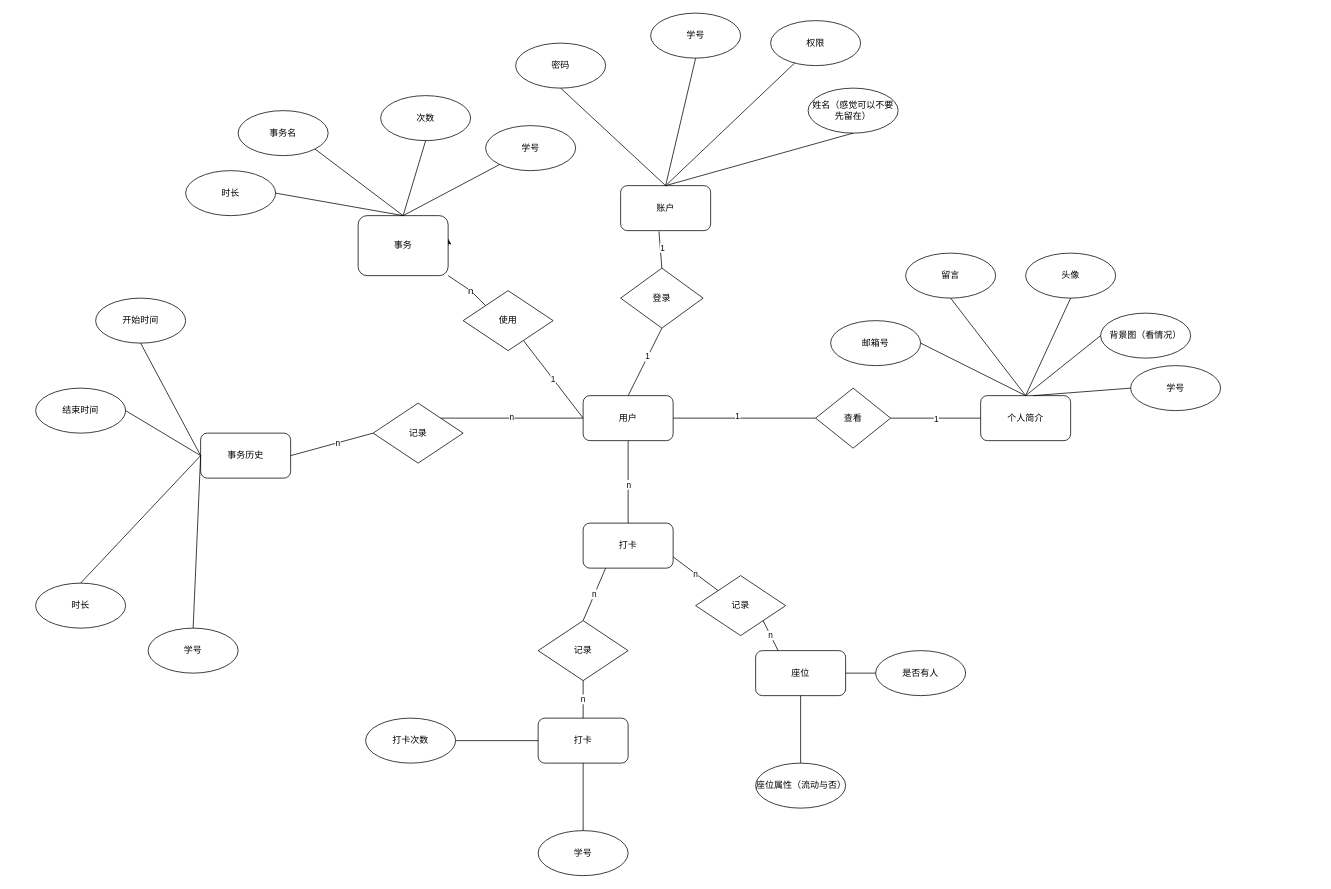
This is 数据设计图.drawio from woshilaixuex/Tomatoos, a draw.io file, before an edit. Source tidied: cells renumbered, new cells numbered last; positions are measured from the earlier drawing's top-left corner, leaving out a move shared by most shapes. Both pictures are drawn from the tidied source at 75%, with x=0, y=0 at pixel (35, 13).
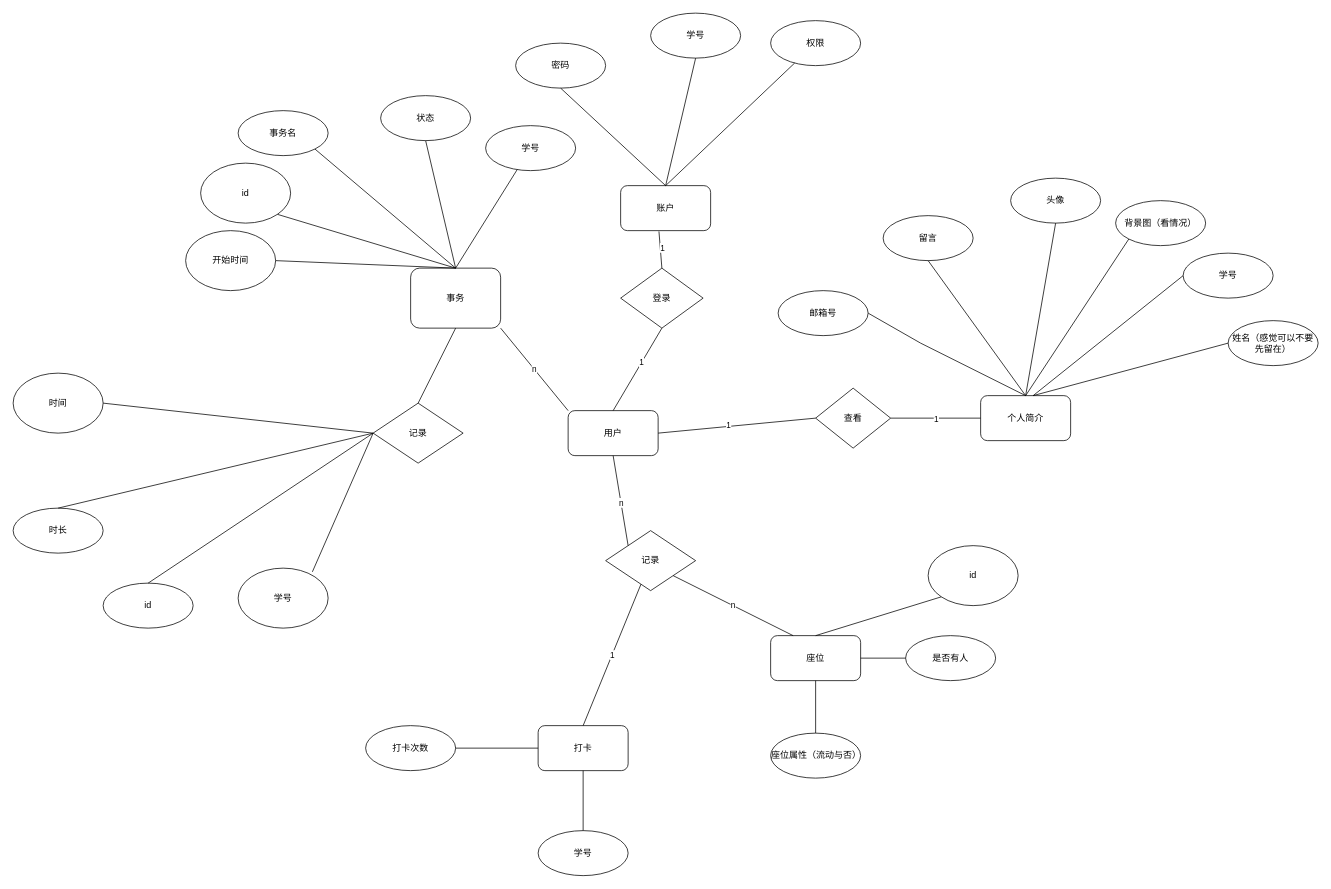
The same page after the edit.

Commit message:
更新数据设计图.drawio

Unchanged cells that the change refers to:
```xml
<mxCell id="2" value="账户" style="whiteSpace=wrap;html=1;rounded=1;" parent="1" vertex="1">
  <mxGeometry x="780" y="230" width="120" height="60" as="geometry" />
</mxCell>
<mxCell id="3" value="个人简介" style="whiteSpace=wrap;html=1;rounded=1;" parent="1" vertex="1">
  <mxGeometry x="1260" y="510" width="120" height="60" as="geometry" />
</mxCell>
<mxCell id="52" value="记录" style="rhombus;whiteSpace=wrap;html=1;" parent="1" vertex="1">
  <mxGeometry x="450" y="520" width="120" height="80" as="geometry" />
</mxCell>
```

Diff of the diagram source:
```diff
@@
     <mxCell id="4" value="座位" style="whiteSpace=wrap;html=1;rounded=1;" parent="1" vertex="1">
-      <mxGeometry x="960" y="850" width="120" height="60" as="geometry" />
+      <mxGeometry x="980" y="830" width="120" height="60" as="geometry" />
     </mxCell>
     <mxCell id="5" value="打卡" style="whiteSpace=wrap;html=1;rounded=1;" parent="1" vertex="1">
-      <mxGeometry x="670" y="940" width="120" height="60" as="geometry" />
+      <mxGeometry x="670" y="950" width="120" height="60" as="geometry" />
     </mxCell>
-    <mxCell id="6" value="事务历史" style="rounded=1;whiteSpace=wrap;html=1;" parent="1" vertex="1">
-      <mxGeometry x="220" y="560" width="120" height="60" as="geometry" />
-    </mxCell>
@@
     <mxCell id="10" value="姓名（感觉可以不要先留在）" style="rounded=1;whiteSpace=wrap;html=1;shape=ellipse;perimeter=ellipsePerimeter;" parent="1" vertex="1">
-      <mxGeometry x="1030" y="100" width="120" height="60" as="geometry" />
+      <mxGeometry x="1590" y="410" width="120" height="60" as="geometry" />
     </mxCell>
@@
-    <mxCell id="12" style="endArrow=none;html=1;rounded=0;entryX=0.5;entryY=1;entryDx=0;entryDy=0;exitX=0.5;exitY=0;exitDx=0;exitDy=0;" parent="1" edge="1" source="2" target="10">
-      <mxGeometry relative="1" as="geometry" />
+    <mxCell id="12" style="endArrow=none;html=1;rounded=0;entryX=0;entryY=0.5;entryDx=0;entryDy=0;" parent="1" edge="1" target="10">
+      <mxGeometry relative="1" as="geometry">
+        <mxPoint x="1330" y="510" as="sourcePoint" />
+      </mxGeometry>
     </mxCell>
@@
     <mxCell id="15" value="留言" style="rounded=1;whiteSpace=wrap;html=1;shape=ellipse;perimeter=ellipsePerimeter;" parent="1" vertex="1">
-      <mxGeometry x="1160" y="320" width="120" height="60" as="geometry" />
+      <mxGeometry x="1130" y="270" width="120" height="60" as="geometry" />
     </mxCell>
     <mxCell id="16" value="头像" style="rounded=1;whiteSpace=wrap;html=1;shape=ellipse;perimeter=ellipsePerimeter;" parent="1" vertex="1">
-      <mxGeometry x="1320" y="320" width="120" height="60" as="geometry" />
+      <mxGeometry x="1300" y="220" width="120" height="60" as="geometry" />
     </mxCell>
     <mxCell id="17" value="背景图（看情况）" style="rounded=1;whiteSpace=wrap;html=1;shape=ellipse;perimeter=ellipsePerimeter;" parent="1" vertex="1">
-      <mxGeometry x="1420" y="400" width="120" height="60" as="geometry" />
+      <mxGeometry x="1440" y="250" width="120" height="60" as="geometry" />
     </mxCell>
@@
-    <mxCell id="20" style="endArrow=none;html=1;rounded=0;entryX=0;entryY=0.5;entryDx=0;entryDy=0;exitX=0.5;exitY=0;exitDx=0;exitDy=0;" parent="1" edge="1" source="3" target="17">
+    <mxCell id="20" style="endArrow=none;html=1;rounded=0;entryX=0;entryY=1;entryDx=0;entryDy=0;exitX=0.5;exitY=0;exitDx=0;exitDy=0;" parent="1" edge="1" source="3" target="17">
       <mxGeometry relative="1" as="geometry" />
     </mxCell>
@@
     <mxCell id="22" value="邮箱号" style="rounded=1;whiteSpace=wrap;html=1;shape=ellipse;perimeter=ellipsePerimeter;" parent="1" vertex="1">
-      <mxGeometry x="1060" y="410" width="120" height="60" as="geometry" />
+      <mxGeometry x="990" y="370" width="120" height="60" as="geometry" />
     </mxCell>
@@
     <mxCell id="25" value="打卡次数" style="rounded=1;whiteSpace=wrap;html=1;shape=ellipse;perimeter=ellipsePerimeter;" parent="1" vertex="1">
-      <mxGeometry x="440" y="940" width="120" height="60" as="geometry" />
+      <mxGeometry x="440" y="950" width="120" height="60" as="geometry" />
     </mxCell>
     <mxCell id="26" value="座位属性（流动与否）" style="rounded=1;whiteSpace=wrap;html=1;shape=ellipse;perimeter=ellipsePerimeter;" parent="1" vertex="1">
-      <mxGeometry x="960" y="1000" width="120" height="60" as="geometry" />
+      <mxGeometry x="980" y="960" width="120" height="60" as="geometry" />
     </mxCell>
@@
     <mxCell id="28" value="是否有人" style="rounded=1;whiteSpace=wrap;html=1;shape=ellipse;perimeter=ellipsePerimeter;" parent="1" vertex="1">
-      <mxGeometry x="1120" y="850" width="120" height="60" as="geometry" />
+      <mxGeometry x="1160" y="830" width="120" height="60" as="geometry" />
     </mxCell>
@@
-    <mxCell id="30" value="时长" style="rounded=0;whiteSpace=wrap;html=1;shape=ellipse;perimeter=ellipsePerimeter;" parent="1" vertex="1">
-      <mxGeometry x="200" y="210" width="120" height="60" as="geometry" />
-    </mxCell>
-    <mxCell id="31" value="次数" style="rounded=1;whiteSpace=wrap;html=1;shape=ellipse;perimeter=ellipsePerimeter;" parent="1" vertex="1">
+    <mxCell id="31" value="状态" style="rounded=1;whiteSpace=wrap;html=1;shape=ellipse;perimeter=ellipsePerimeter;" parent="1" vertex="1">
       <mxGeometry x="460" y="110" width="120" height="60" as="geometry" />
     </mxCell>
-    <mxCell id="32" value="开始时间" style="rounded=1;whiteSpace=wrap;html=1;shape=ellipse;perimeter=ellipsePerimeter;" parent="1" vertex="1">
-      <mxGeometry x="80" y="380" width="120" height="60" as="geometry" />
-    </mxCell>
-    <mxCell id="33" style="endArrow=none;html=1;rounded=0;entryX=0.5;entryY=1;entryDx=0;entryDy=0;exitX=0;exitY=0.5;exitDx=0;exitDy=0;" parent="1" edge="1" source="6" target="32">
-      <mxGeometry relative="1" as="geometry" />
-    </mxCell>
     <mxCell id="34" value="时长" style="rounded=1;whiteSpace=wrap;html=1;shape=ellipse;perimeter=ellipsePerimeter;" parent="1" vertex="1">
-      <mxGeometry y="760" width="120" height="60" as="geometry" />
+      <mxGeometry x="-30" y="660" width="120" height="60" as="geometry" />
     </mxCell>
-    <mxCell id="35" style="endArrow=none;html=1;rounded=0;entryX=0;entryY=0.5;entryDx=0;entryDy=0;exitX=0.5;exitY=0;exitDx=0;exitDy=0;" parent="1" edge="1" source="34" target="6">
-      <mxGeometry relative="1" as="geometry" />
+    <mxCell id="35" style="endArrow=none;html=1;rounded=0;exitX=0.5;exitY=0;exitDx=0;exitDy=0;" parent="1" edge="1" source="34">
+      <mxGeometry relative="1" as="geometry">
+        <mxPoint x="450" y="560" as="targetPoint" />
+      </mxGeometry>
     </mxCell>
-    <mxCell id="36" value="学号&lt;br&gt;" style="rounded=1;whiteSpace=wrap;html=1;shape=ellipse;perimeter=ellipsePerimeter;" parent="1" vertex="1">
-      <mxGeometry x="150" y="820" width="120" height="60" as="geometry" />
+    <mxCell id="36" value="id" style="rounded=1;whiteSpace=wrap;html=1;shape=ellipse;perimeter=ellipsePerimeter;" parent="1" vertex="1">
+      <mxGeometry x="90" y="760" width="120" height="60" as="geometry" />
     </mxCell>
-    <mxCell id="37" style="endArrow=none;html=1;rounded=0;entryX=0;entryY=0.5;entryDx=0;entryDy=0;exitX=0.5;exitY=0;exitDx=0;exitDy=0;" parent="1" edge="1" source="36" target="6">
+    <mxCell id="37" style="endArrow=none;html=1;rounded=0;entryX=0;entryY=0.5;entryDx=0;entryDy=0;exitX=0.5;exitY=0;exitDx=0;exitDy=0;" parent="1" edge="1" source="36" target="52">
       <mxGeometry relative="1" as="geometry" />
     </mxCell>
@@
     <mxCell id="41" value="学号" style="rounded=1;whiteSpace=wrap;html=1;shape=ellipse;perimeter=ellipsePerimeter;" parent="1" vertex="1">
-      <mxGeometry x="1460" y="470" width="120" height="60" as="geometry" />
+      <mxGeometry x="1530" y="320" width="120" height="60" as="geometry" />
     </mxCell>
@@
-    <mxCell id="43" value="结束时间" style="rounded=1;whiteSpace=wrap;html=1;shape=ellipse;perimeter=ellipsePerimeter;" parent="1" vertex="1">
-      <mxGeometry y="500" width="120" height="60" as="geometry" />
-    </mxCell>
-    <mxCell id="44" style="endArrow=none;html=1;rounded=0;entryX=1;entryY=0.5;entryDx=0;entryDy=0;exitX=0;exitY=0.5;exitDx=0;exitDy=0;" parent="1" edge="1" source="6" target="43">
-      <mxGeometry relative="1" as="geometry" />
-    </mxCell>
-    <mxCell id="45" style="edgeStyle=orthogonalEdgeStyle;rounded=0;jettySize=auto;html=1;exitX=1;exitY=0.5;exitDx=0;exitDy=0;" parent="1" edge="1" source="46">
-      <mxGeometry relative="1" as="geometry">
-        <mxPoint x="549.7" y="300" as="targetPoint" />
-      </mxGeometry>
-    </mxCell>
     <mxCell id="46" value="事务" style="whiteSpace=wrap;html=1;rounded=1;" parent="1" vertex="1">
-      <mxGeometry x="430" y="270" width="120" height="80" as="geometry" />
+      <mxGeometry x="500" y="340" width="120" height="80" as="geometry" />
     </mxCell>
-    <mxCell id="47" value="n" style="endArrow=none;html=1;rounded=0;entryX=1;entryY=1;entryDx=0;entryDy=0;exitX=0;exitY=0;exitDx=0;exitDy=0;fontSize=13;" parent="1" edge="1" source="58" target="46">
-      <mxGeometry x="-0.12" relative="1" as="geometry">
-        <Array as="points">
-          <mxPoint x="580" y="370" />
-        </Array>
-      </mxGeometry>
-    </mxCell>
@@
-    <mxCell id="51" style="endArrow=none;html=1;rounded=0;entryX=1;entryY=0.5;entryDx=0;entryDy=0;exitX=0.5;exitY=0;exitDx=0;exitDy=0;" parent="1" edge="1" source="46" target="30">
-      <mxGeometry relative="1" as="geometry" />
-    </mxCell>
@@
-    <mxCell id="53" style="endArrow=none;html=1;rounded=0;exitX=1;exitY=0;exitDx=0;exitDy=0;entryX=0;entryY=0.5;entryDx=0;entryDy=0;" parent="1" edge="1" source="52" target="60">
-      <mxGeometry relative="1" as="geometry" />
-    </mxCell>
-    <mxCell id="54" value="n" style="edgeLabel;html=1;align=center;verticalAlign=middle;" parent="53" vertex="1">
-      <mxGeometry x="-0.01" y="2" relative="1" as="geometry" />
-    </mxCell>
-    <mxCell id="55" style="endArrow=none;html=1;rounded=0;entryX=0;entryY=0.5;entryDx=0;entryDy=0;exitX=1;exitY=0.5;exitDx=0;exitDy=0;" parent="1" edge="1" source="6" target="52">
-      <mxGeometry relative="1" as="geometry" />
-    </mxCell>
-    <mxCell id="56" value="n" style="edgeLabel;html=1;align=center;verticalAlign=middle;" parent="55" vertex="1">
-      <mxGeometry x="0.14" y="-1" relative="1" as="geometry" />
-    </mxCell>
-    <mxCell id="57" value="1" style="endArrow=none;html=1;rounded=0;exitX=0;exitY=0.5;exitDx=0;exitDy=0;" parent="1" edge="1" source="60" target="58">
-      <mxGeometry relative="1" as="geometry" />
-    </mxCell>
-    <mxCell id="58" value="使用" style="rhombus;whiteSpace=wrap;html=1;" parent="1" vertex="1">
-      <mxGeometry x="570" y="370" width="120" height="80" as="geometry" />
-    </mxCell>
@@
     <mxCell id="60" value="用户" style="rounded=1;whiteSpace=wrap;html=1;" parent="1" vertex="1">
-      <mxGeometry x="730" y="510" width="120" height="60" as="geometry" />
+      <mxGeometry x="710" y="530" width="120" height="60" as="geometry" />
     </mxCell>
@@
-    <mxCell id="70" value="打卡" style="rounded=1;whiteSpace=wrap;html=1;" parent="1" vertex="1">
-      <mxGeometry x="730" y="680" width="120" height="60" as="geometry" />
-    </mxCell>
     <mxCell id="71" value="记录" style="rhombus;whiteSpace=wrap;html=1;" parent="1" vertex="1">
-      <mxGeometry x="880" y="750" width="120" height="80" as="geometry" />
+      <mxGeometry x="760" y="690" width="120" height="80" as="geometry" />
     </mxCell>
-    <mxCell id="72" value="记录" style="rhombus;whiteSpace=wrap;html=1;" parent="1" vertex="1">
-      <mxGeometry x="670" y="810" width="120" height="80" as="geometry" />
-    </mxCell>
-    <mxCell id="73" value="n" style="endArrow=none;html=1;rounded=0;entryX=0.25;entryY=1;entryDx=0;entryDy=0;exitX=0.5;exitY=0;exitDx=0;exitDy=0;" parent="1" edge="1" source="72" target="70">
-      <mxGeometry relative="1" as="geometry" />
-    </mxCell>
-    <mxCell id="74" value="n" style="endArrow=none;html=1;rounded=0;entryX=0.5;entryY=1;entryDx=0;entryDy=0;exitX=0.5;exitY=0;exitDx=0;exitDy=0;" parent="1" edge="1" source="5" target="72">
+    <mxCell id="74" value="1" style="endArrow=none;html=1;rounded=0;exitX=0.5;exitY=0;exitDx=0;exitDy=0;" parent="1" edge="1" source="5" target="71">
       <mxGeometry relative="1" as="geometry" />
     </mxCell>
-    <mxCell id="75" value="n" style="endArrow=none;html=1;rounded=0;entryX=0;entryY=0;entryDx=0;entryDy=0;exitX=1;exitY=0.75;exitDx=0;exitDy=0;" parent="1" edge="1" source="70" target="71">
-      <mxGeometry relative="1" as="geometry" />
-    </mxCell>
@@
-    <mxCell id="77" style="endArrow=none;html=1;rounded=0;entryX=0.5;entryY=1;entryDx=0;entryDy=0;exitX=0.5;exitY=0;exitDx=0;exitDy=0;" parent="1" edge="1" source="70" target="60">
+    <mxCell id="77" style="endArrow=none;html=1;rounded=0;entryX=0.5;entryY=1;entryDx=0;entryDy=0;exitX=0;exitY=0;exitDx=0;exitDy=0;" parent="1" edge="1" source="71" target="60">
       <mxGeometry relative="1" as="geometry" />
     </mxCell>
@@
+    <mxCell id="32" value="开始时间" style="ellipse;whiteSpace=wrap;html=1;" parent="1" vertex="1">
+      <mxGeometry x="200" y="290" width="120" height="80" as="geometry" />
+    </mxCell>
+    <mxCell id="79" style="endArrow=none;html=1;rounded=0;entryX=0.5;entryY=0;entryDx=0;entryDy=0;exitX=1;exitY=0.5;exitDx=0;exitDy=0;" parent="1" edge="1" source="32" target="46">
+      <mxGeometry relative="1" as="geometry" />
+    </mxCell>
+    <mxCell id="80" style="edgeStyle=orthogonalEdgeStyle;rounded=0;orthogonalLoop=1;jettySize=auto;html=1;exitX=0.5;exitY=1;exitDx=0;exitDy=0;" parent="1" edge="1" source="28" target="28">
+      <mxGeometry relative="1" as="geometry" />
+    </mxCell>
+    <mxCell id="81" style="edgeStyle=orthogonalEdgeStyle;rounded=0;orthogonalLoop=1;jettySize=auto;html=1;exitX=0.5;exitY=1;exitDx=0;exitDy=0;" parent="1" edge="1" source="5" target="5">
+      <mxGeometry relative="1" as="geometry" />
+    </mxCell>
+    <mxCell id="82" value="n" style="endArrow=none;html=1;rounded=0;entryX=0;entryY=0;entryDx=0;entryDy=0;exitX=1;exitY=1;exitDx=0;exitDy=0;" parent="1" edge="1" source="46" target="60">
+      <mxGeometry relative="1" as="geometry" />
+    </mxCell>
+    <mxCell id="83" style="endArrow=none;html=1;rounded=0;entryX=0.5;entryY=1;entryDx=0;entryDy=0;exitX=0.5;exitY=0;exitDx=0;exitDy=0;" parent="1" edge="1" source="52" target="46">
+      <mxGeometry relative="1" as="geometry" />
+    </mxCell>
+    <mxCell id="84" value="时间" style="ellipse;whiteSpace=wrap;html=1;" parent="1" vertex="1">
+      <mxGeometry x="-30" y="480" width="120" height="80" as="geometry" />
+    </mxCell>
+    <mxCell id="85" style="endArrow=none;html=1;rounded=0;entryX=0;entryY=0.5;entryDx=0;entryDy=0;exitX=1;exitY=0.5;exitDx=0;exitDy=0;" parent="1" edge="1" source="84" target="52">
+      <mxGeometry relative="1" as="geometry" />
+    </mxCell>
+    <mxCell id="86" value="学号" style="ellipse;whiteSpace=wrap;html=1;" parent="1" vertex="1">
+      <mxGeometry x="270" y="740" width="120" height="80" as="geometry" />
+    </mxCell>
+    <mxCell id="87" style="endArrow=none;html=1;rounded=0;entryX=0;entryY=0.5;entryDx=0;entryDy=0;exitX=0.825;exitY=0.062;exitDx=0;exitDy=0;exitPerimeter=0;" parent="1" edge="1" source="86" target="52">
+      <mxGeometry relative="1" as="geometry" />
+    </mxCell>
+    <mxCell id="88" value="id" style="ellipse;whiteSpace=wrap;html=1;" parent="1" vertex="1">
+      <mxGeometry x="220" y="200" width="120" height="80" as="geometry" />
+    </mxCell>
+    <mxCell id="89" style="endArrow=none;html=1;rounded=0;entryX=1;entryY=1;entryDx=0;entryDy=0;exitX=0.5;exitY=0;exitDx=0;exitDy=0;" parent="1" edge="1" source="46" target="88">
+      <mxGeometry relative="1" as="geometry" />
+    </mxCell>
+    <mxCell id="90" value="id" style="ellipse;whiteSpace=wrap;html=1;" parent="1" vertex="1">
+      <mxGeometry x="1190" y="710" width="120" height="80" as="geometry" />
+    </mxCell>
+    <mxCell id="91" style="endArrow=none;html=1;rounded=0;entryX=0;entryY=1;entryDx=0;entryDy=0;exitX=0.5;exitY=0;exitDx=0;exitDy=0;" parent="1" edge="1" source="4" target="90">
+      <mxGeometry relative="1" as="geometry" />
+    </mxCell>
```
